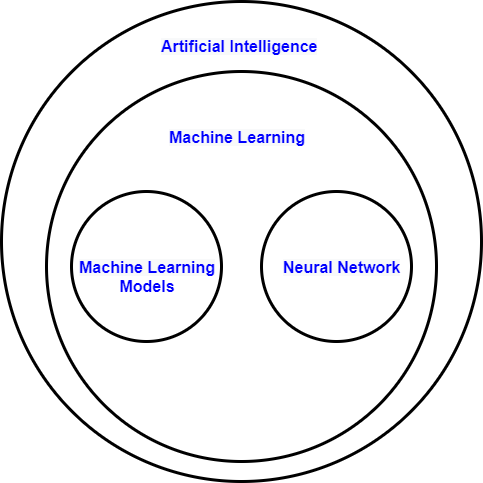
The draw.io diagram Machine_Learning_Venn.png in satishgunjal/Images, before a commit. Source tidied: cells renumbered, new cells last; positions are measured from the earlier drawing's top-left corner, leaving out a move shared by most shapes. Source of this version:
```xml
<mxGraphModel>
  <root>
    <mxCell id="0" />
    <mxCell id="1" parent="0" />
    <mxCell id="2" style="ellipse;whiteSpace=wrap;html=1;strokeWidth=3;strokeColor=#000000;" parent="1" vertex="1">
      <mxGeometry width="480" height="480" as="geometry" />
    </mxCell>
    <mxCell id="3" style="ellipse;whiteSpace=wrap;html=1;strokeWidth=3;strokeColor=#000000;" parent="1" vertex="1">
      <mxGeometry x="45" y="70" width="390" height="390" as="geometry" />
    </mxCell>
    <mxCell id="4" value="&lt;span style=&quot;font-family: &amp;#34;helvetica&amp;#34; ; font-size: 16px ; font-style: normal ; letter-spacing: normal ; text-align: center ; text-indent: 0px ; text-transform: none ; word-spacing: 0px ; background-color: rgb(248 , 249 , 250) ; float: none ; display: inline&quot;&gt;Machine Learning&lt;/span&gt;" style="text;whiteSpace=wrap;html=1;fontColor=#0000FF;fontStyle=1;fontSize=16;" parent="1" vertex="1">
      <mxGeometry x="165.5" y="120" width="165" height="30" as="geometry" />
    </mxCell>
    <mxCell id="5" style="ellipse;whiteSpace=wrap;html=1;fontSize=16;fontColor=#0000FF;strokeWidth=3;strokeColor=#000000;" parent="1" vertex="1">
      <mxGeometry x="70" y="190" width="150" height="150" as="geometry" />
    </mxCell>
    <mxCell id="6" style="ellipse;whiteSpace=wrap;html=1;fontSize=16;fontColor=#0000FF;strokeWidth=3;strokeColor=#000000;" parent="1" vertex="1">
      <mxGeometry x="260" y="190" width="150" height="150" as="geometry" />
    </mxCell>
    <mxCell id="7" value="&lt;!--StartFragment--&gt;&lt;span style=&quot;font-family: Helvetica; font-size: 16px; font-style: normal; font-variant-ligatures: normal; font-variant-caps: normal; letter-spacing: normal; orphans: 2; text-align: center; text-indent: 0px; text-transform: none; widows: 2; word-spacing: 0px; -webkit-text-stroke-width: 0px; background-color: rgb(248, 249, 250); text-decoration-style: initial; text-decoration-color: initial; float: none; display: inline !important;&quot;&gt;Artificial Intelligence&lt;/span&gt;&lt;!--EndFragment--&gt;" style="text;whiteSpace=wrap;html=1;fontColor=#0000FF;fontStyle=1;fontSize=16;" parent="1" vertex="1">
      <mxGeometry x="157.5" y="29" width="165" height="30" as="geometry" />
    </mxCell>
    <mxCell id="8" value="&lt;span style=&quot;font-family: &amp;#34;helvetica&amp;#34; ; font-size: 16px ; font-style: normal ; letter-spacing: normal ; text-indent: 0px ; text-transform: none ; word-spacing: 0px ; background-color: rgb(248 , 249 , 250) ; float: none ; display: inline&quot;&gt;Machine Learning&lt;br&gt;&lt;div style=&quot;text-align: center&quot;&gt;Models&lt;/div&gt;&lt;/span&gt;" style="text;whiteSpace=wrap;html=1;fontColor=#0000FF;fontStyle=1;fontSize=16;" parent="1" vertex="1">
      <mxGeometry x="76" y="250" width="165" height="30" as="geometry" />
    </mxCell>
    <mxCell id="9" value="&lt;span style=&quot;font-family: &amp;#34;helvetica&amp;#34; ; font-size: 16px ; font-style: normal ; letter-spacing: normal ; text-align: center ; text-indent: 0px ; text-transform: none ; word-spacing: 0px ; background-color: rgb(248 , 249 , 250) ; float: none ; display: inline&quot;&gt;Neural Network&lt;/span&gt;" style="text;whiteSpace=wrap;html=1;fontColor=#0000FF;fontStyle=1;fontSize=16;" parent="1" vertex="1">
      <mxGeometry x="280" y="250" width="165" height="30" as="geometry" />
    </mxCell>
  </root>
</mxGraphModel>
```
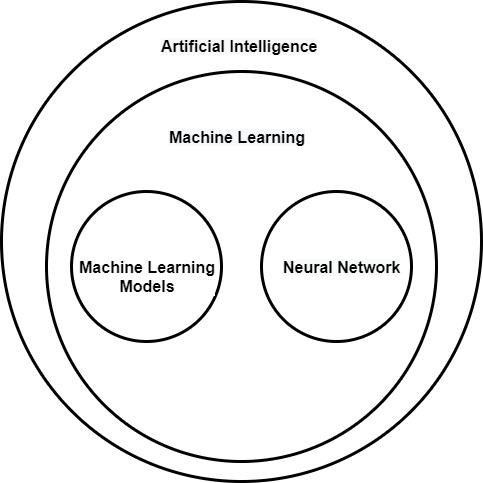
The same diagram one commit later.

Diff of the diagram source:
```diff
@@ -8,7 +8,7 @@
     <mxCell id="3" style="ellipse;whiteSpace=wrap;html=1;strokeWidth=3;strokeColor=#000000;" parent="1" vertex="1">
       <mxGeometry x="45" y="70" width="390" height="390" as="geometry" />
     </mxCell>
-    <mxCell id="4" value="&lt;span style=&quot;font-family: &amp;#34;helvetica&amp;#34; ; font-size: 16px ; font-style: normal ; letter-spacing: normal ; text-align: center ; text-indent: 0px ; text-transform: none ; word-spacing: 0px ; background-color: rgb(248 , 249 , 250) ; float: none ; display: inline&quot;&gt;Machine Learning&lt;/span&gt;" style="text;whiteSpace=wrap;html=1;fontColor=#0000FF;fontStyle=1;fontSize=16;" parent="1" vertex="1">
+    <mxCell id="4" value="&lt;span style=&quot;font-family: &amp;quot;helvetica&amp;quot; ; font-size: 16px ; font-style: normal ; letter-spacing: normal ; text-align: center ; text-indent: 0px ; text-transform: none ; word-spacing: 0px ; background-color: rgb(248 , 249 , 250) ; float: none ; display: inline&quot;&gt;Machine Learning&lt;/span&gt;" style="text;whiteSpace=wrap;html=1;fontColor=#000000;fontStyle=1;fontSize=16;" parent="1" vertex="1">
       <mxGeometry x="165.5" y="120" width="165" height="30" as="geometry" />
     </mxCell>
     <mxCell id="5" style="ellipse;whiteSpace=wrap;html=1;fontSize=16;fontColor=#0000FF;strokeWidth=3;strokeColor=#000000;" parent="1" vertex="1">
@@ -17,13 +17,13 @@
     <mxCell id="6" style="ellipse;whiteSpace=wrap;html=1;fontSize=16;fontColor=#0000FF;strokeWidth=3;strokeColor=#000000;" parent="1" vertex="1">
       <mxGeometry x="260" y="190" width="150" height="150" as="geometry" />
     </mxCell>
-    <mxCell id="7" value="&lt;!--StartFragment--&gt;&lt;span style=&quot;font-family: Helvetica; font-size: 16px; font-style: normal; font-variant-ligatures: normal; font-variant-caps: normal; letter-spacing: normal; orphans: 2; text-align: center; text-indent: 0px; text-transform: none; widows: 2; word-spacing: 0px; -webkit-text-stroke-width: 0px; background-color: rgb(248, 249, 250); text-decoration-style: initial; text-decoration-color: initial; float: none; display: inline !important;&quot;&gt;Artificial Intelligence&lt;/span&gt;&lt;!--EndFragment--&gt;" style="text;whiteSpace=wrap;html=1;fontColor=#0000FF;fontStyle=1;fontSize=16;" parent="1" vertex="1">
+    <mxCell id="7" value="&lt;!--StartFragment--&gt;&lt;span style=&quot;font-family: Helvetica; font-size: 16px; font-style: normal; font-variant-ligatures: normal; font-variant-caps: normal; letter-spacing: normal; orphans: 2; text-align: center; text-indent: 0px; text-transform: none; widows: 2; word-spacing: 0px; -webkit-text-stroke-width: 0px; background-color: rgb(248, 249, 250); text-decoration-style: initial; text-decoration-color: initial; float: none; display: inline !important;&quot;&gt;Artificial Intelligence&lt;/span&gt;&lt;!--EndFragment--&gt;" style="text;whiteSpace=wrap;html=1;fontColor=#000000;fontStyle=1;fontSize=16;" parent="1" vertex="1">
       <mxGeometry x="157.5" y="29" width="165" height="30" as="geometry" />
     </mxCell>
-    <mxCell id="8" value="&lt;span style=&quot;font-family: &amp;#34;helvetica&amp;#34; ; font-size: 16px ; font-style: normal ; letter-spacing: normal ; text-indent: 0px ; text-transform: none ; word-spacing: 0px ; background-color: rgb(248 , 249 , 250) ; float: none ; display: inline&quot;&gt;Machine Learning&lt;br&gt;&lt;div style=&quot;text-align: center&quot;&gt;Models&lt;/div&gt;&lt;/span&gt;" style="text;whiteSpace=wrap;html=1;fontColor=#0000FF;fontStyle=1;fontSize=16;" parent="1" vertex="1">
+    <mxCell id="8" value="&lt;span style=&quot;font-family: helvetica; font-size: 16px; font-style: normal; letter-spacing: normal; text-indent: 0px; text-transform: none; word-spacing: 0px; float: none; display: inline;&quot;&gt;Machine Learning&lt;br&gt;&lt;div style=&quot;text-align: center&quot;&gt;Models&lt;/div&gt;&lt;/span&gt;" style="text;whiteSpace=wrap;html=1;fontColor=#000000;fontStyle=1;fontSize=16;labelBackgroundColor=#ffffff;" parent="1" vertex="1">
       <mxGeometry x="76" y="250" width="165" height="30" as="geometry" />
     </mxCell>
-    <mxCell id="9" value="&lt;span style=&quot;font-family: &amp;#34;helvetica&amp;#34; ; font-size: 16px ; font-style: normal ; letter-spacing: normal ; text-align: center ; text-indent: 0px ; text-transform: none ; word-spacing: 0px ; background-color: rgb(248 , 249 , 250) ; float: none ; display: inline&quot;&gt;Neural Network&lt;/span&gt;" style="text;whiteSpace=wrap;html=1;fontColor=#0000FF;fontStyle=1;fontSize=16;" parent="1" vertex="1">
+    <mxCell id="9" value="&lt;span style=&quot;font-family: &amp;quot;helvetica&amp;quot; ; font-size: 16px ; font-style: normal ; letter-spacing: normal ; text-align: center ; text-indent: 0px ; text-transform: none ; word-spacing: 0px ; background-color: rgb(248 , 249 , 250) ; float: none ; display: inline&quot;&gt;Neural Network&lt;/span&gt;" style="text;whiteSpace=wrap;html=1;fontColor=#000000;fontStyle=1;fontSize=16;" parent="1" vertex="1">
       <mxGeometry x="280" y="250" width="165" height="30" as="geometry" />
     </mxCell>
   </root>
```
